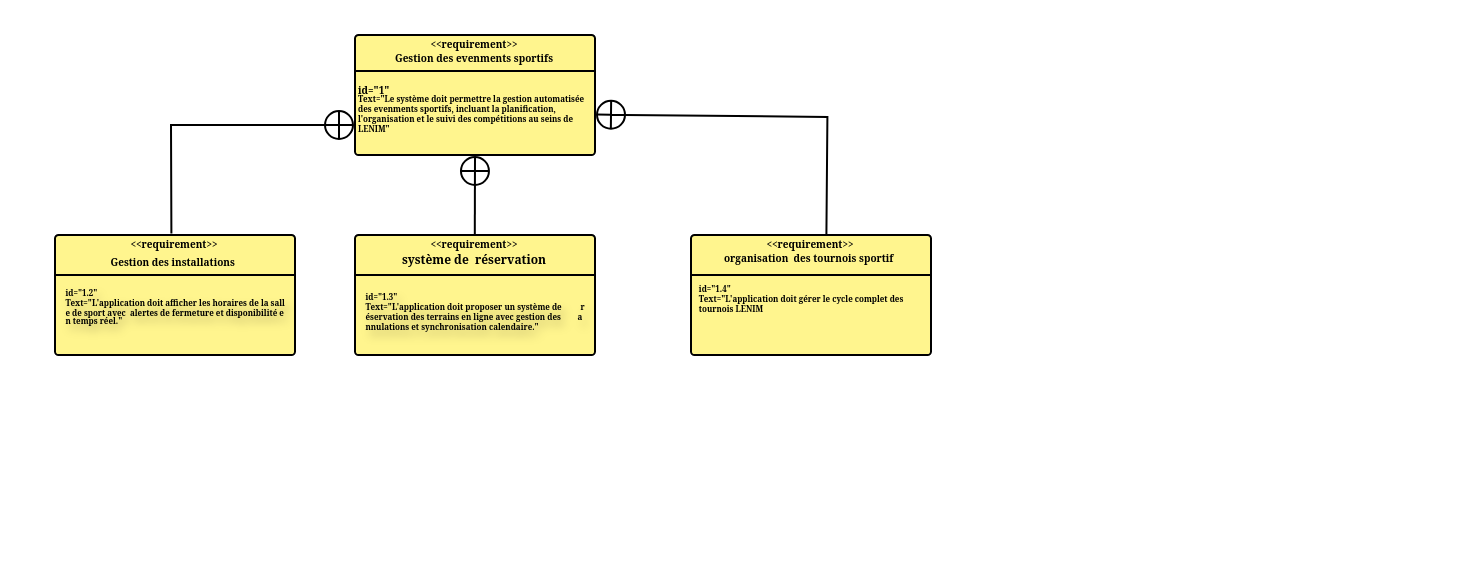
This is Untitled Diagram.drawio from oualidazemray/ENIIMSPORTS-v2, a draw.io file, before an edit. Source tidied: cells renumbered, new cells numbered last; positions are measured from the earlier drawing's top-left corner, leaving out a move shared by most shapes. Both pictures are drawn from the tidied source at 200%, with x=0, y=0 at pixel (34, 34).
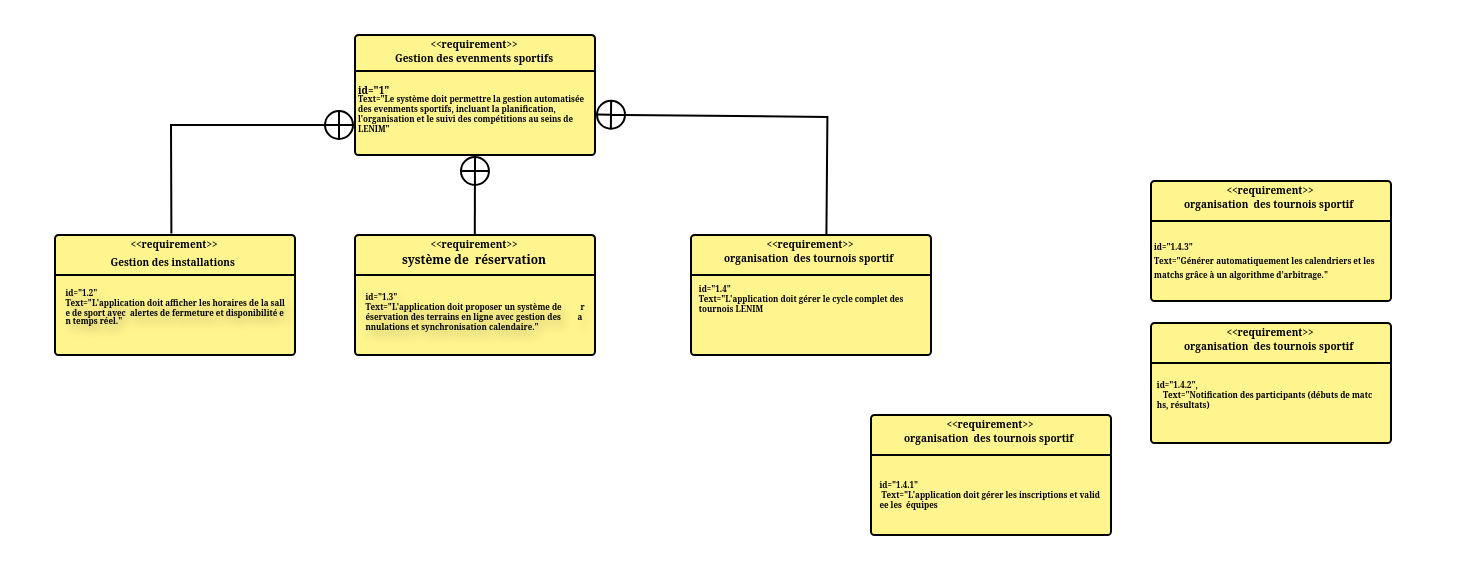
Above is the later version.

What changed in the source:
```diff
@@
+    <mxCell id="28" style="endArrow=none;html=1;rounded=0;exitX=0;exitY=0.25;exitDx=0;exitDy=0;entryX=1;entryY=0.25;entryDx=0;entryDy=0;" parent="1" edge="1">
+      <mxGeometry relative="1" as="geometry">
+        <mxPoint x="418" y="208" as="sourcePoint" />
+        <mxPoint x="538" y="208" as="targetPoint" />
+      </mxGeometry>
+    </mxCell>
+    <mxCell id="29" style="rounded=1;whiteSpace=wrap;html=1;arcSize=3;strokeColor=default;fillColor=#FFF58E;" parent="1" vertex="1">
+      <mxGeometry x="418" y="190" width="120" height="60" as="geometry" />
+    </mxCell>
+    <mxCell id="30" value="&lt;span data-lucid-content=&quot;{&amp;quot;t&amp;quot;:&amp;quot;&lt;&lt;requirement&gt;&gt;&amp;quot;,&amp;quot;m&amp;quot;:[{&amp;quot;s&amp;quot;:0,&amp;quot;n&amp;quot;:&amp;quot;b&amp;quot;,&amp;quot;v&amp;quot;:true,&amp;quot;e&amp;quot;:15},{&amp;quot;s&amp;quot;:0,&amp;quot;n&amp;quot;:&amp;quot;f&amp;quot;,&amp;quot;v&amp;quot;:&amp;quot;Gentium Basic&amp;quot;,&amp;quot;e&amp;quot;:15},{&amp;quot;s&amp;quot;:0,&amp;quot;n&amp;quot;:&amp;quot;fc&amp;quot;,&amp;quot;v&amp;quot;:&amp;quot;Bold&amp;quot;,&amp;quot;e&amp;quot;:15},{&amp;quot;s&amp;quot;:0,&amp;quot;n&amp;quot;:&amp;quot;fid&amp;quot;,&amp;quot;v&amp;quot;:653,&amp;quot;e&amp;quot;:15},{&amp;quot;s&amp;quot;:0,&amp;quot;n&amp;quot;:&amp;quot;fsp&amp;quot;,&amp;quot;v&amp;quot;:&amp;quot;ss_presetShapeStyle1_textStyle&amp;quot;,&amp;quot;e&amp;quot;:15},{&amp;quot;s&amp;quot;:0,&amp;quot;n&amp;quot;:&amp;quot;s&amp;quot;,&amp;quot;v&amp;quot;:8.88888888888889,&amp;quot;e&amp;quot;:15}]}&quot; data-lucid-type=&quot;application/vnd.lucid.text&quot;&gt;&lt;span style=&quot;font-weight: bold;&quot;&gt;&amp;lt;&amp;lt;requirement&amp;gt;&amp;gt;&lt;/span&gt;&lt;/span&gt;" style="text;whiteSpace=wrap;html=1;fontFamily=Georgia;verticalAlign=middle;align=center;fontSize=5;" parent="1" vertex="1">
+      <mxGeometry x="448" y="193" width="60" as="geometry" />
+    </mxCell>
+    <mxCell id="31" value="&lt;b&gt;organisation&amp;nbsp; des tournois sportif&amp;nbsp;&lt;/b&gt;" style="text;whiteSpace=wrap;html=1;fontFamily=Georgia;verticalAlign=middle;align=center;fontSize=5;" parent="1" vertex="1">
+      <mxGeometry x="418" y="200" width="120" as="geometry" />
+    </mxCell>
+    <mxCell id="32" style="endArrow=none;html=1;rounded=0;exitX=0;exitY=0.25;exitDx=0;exitDy=0;entryX=1;entryY=0.25;entryDx=0;entryDy=0;" parent="1" edge="1">
+      <mxGeometry relative="1" as="geometry">
+        <mxPoint x="418" y="210" as="sourcePoint" />
+        <mxPoint x="538" y="210" as="targetPoint" />
+      </mxGeometry>
+    </mxCell>
+    <mxCell id="33" value="&lt;div style=&quot;overflow: auto; padding: 9.144px 13.716px; text-wrap-mode: wrap; word-break: break-all; text-align: start; margin-top: 0px !important; margin-bottom: 0px !important;&quot;&gt;id=&quot;1.4.1&quot;&amp;nbsp; &amp;nbsp; &amp;nbsp; &amp;nbsp; &amp;nbsp; &amp;nbsp; &amp;nbsp; &amp;nbsp; &amp;nbsp; &amp;nbsp; &amp;nbsp; &amp;nbsp; &amp;nbsp; &amp;nbsp; &amp;nbsp; &amp;nbsp; &amp;nbsp; &amp;nbsp; &amp;nbsp; &amp;nbsp; &amp;nbsp; &amp;nbsp; &amp;nbsp; &amp;nbsp; &amp;nbsp; &amp;nbsp; &amp;nbsp; &amp;nbsp; &amp;nbsp; &amp;nbsp; &amp;nbsp; &amp;nbsp; &amp;nbsp; &amp;nbsp; &amp;nbsp; &amp;nbsp; &amp;nbsp; &amp;nbsp; &amp;nbsp; &amp;nbsp; &amp;nbsp; &amp;nbsp; &amp;nbsp; &amp;nbsp;T&lt;span style=&quot;background-color: transparent; color: light-dark(rgb(0, 0, 0), rgb(255, 255, 255));&quot;&gt;ext=&quot;&lt;/span&gt;L'application doit gérer l&lt;span style=&quot;background-color: transparent; color: light-dark(rgb(0, 0, 0), rgb(255, 255, 255));&quot;&gt;es inscriptions et validee les&amp;nbsp; équipes&lt;/span&gt;&lt;/div&gt;" style="text;whiteSpace=wrap;html=1;fontFamily=Georgia;verticalAlign=middle;align=center;fontSize=4;fontColor=default;fontStyle=1;" parent="1" vertex="1">
+      <mxGeometry x="408" y="230" width="140" as="geometry" />
+    </mxCell>
+    <mxCell id="34" style="endArrow=none;html=1;rounded=0;exitX=0;exitY=0.25;exitDx=0;exitDy=0;entryX=1;entryY=0.25;entryDx=0;entryDy=0;" parent="1" edge="1">
+      <mxGeometry relative="1" as="geometry">
+        <mxPoint x="558" y="162" as="sourcePoint" />
+        <mxPoint x="678" y="162" as="targetPoint" />
+      </mxGeometry>
+    </mxCell>
+    <mxCell id="35" style="rounded=1;whiteSpace=wrap;html=1;arcSize=3;strokeColor=default;fillColor=#FFF58E;" parent="1" vertex="1">
+      <mxGeometry x="558" y="144" width="120" height="60" as="geometry" />
+    </mxCell>
+    <mxCell id="36" value="&lt;span data-lucid-content=&quot;{&amp;quot;t&amp;quot;:&amp;quot;&lt;&lt;requirement&gt;&gt;&amp;quot;,&amp;quot;m&amp;quot;:[{&amp;quot;s&amp;quot;:0,&amp;quot;n&amp;quot;:&amp;quot;b&amp;quot;,&amp;quot;v&amp;quot;:true,&amp;quot;e&amp;quot;:15},{&amp;quot;s&amp;quot;:0,&amp;quot;n&amp;quot;:&amp;quot;f&amp;quot;,&amp;quot;v&amp;quot;:&amp;quot;Gentium Basic&amp;quot;,&amp;quot;e&amp;quot;:15},{&amp;quot;s&amp;quot;:0,&amp;quot;n&amp;quot;:&amp;quot;fc&amp;quot;,&amp;quot;v&amp;quot;:&amp;quot;Bold&amp;quot;,&amp;quot;e&amp;quot;:15},{&amp;quot;s&amp;quot;:0,&amp;quot;n&amp;quot;:&amp;quot;fid&amp;quot;,&amp;quot;v&amp;quot;:653,&amp;quot;e&amp;quot;:15},{&amp;quot;s&amp;quot;:0,&amp;quot;n&amp;quot;:&amp;quot;fsp&amp;quot;,&amp;quot;v&amp;quot;:&amp;quot;ss_presetShapeStyle1_textStyle&amp;quot;,&amp;quot;e&amp;quot;:15},{&amp;quot;s&amp;quot;:0,&amp;quot;n&amp;quot;:&amp;quot;s&amp;quot;,&amp;quot;v&amp;quot;:8.88888888888889,&amp;quot;e&amp;quot;:15}]}&quot; data-lucid-type=&quot;application/vnd.lucid.text&quot;&gt;&lt;span style=&quot;font-weight: bold;&quot;&gt;&amp;lt;&amp;lt;requirement&amp;gt;&amp;gt;&lt;/span&gt;&lt;/span&gt;" style="text;whiteSpace=wrap;html=1;fontFamily=Georgia;verticalAlign=middle;align=center;fontSize=5;" parent="1" vertex="1">
+      <mxGeometry x="588" y="147" width="60" as="geometry" />
+    </mxCell>
+    <mxCell id="37" value="&lt;b&gt;organisation&amp;nbsp; des tournois sportif&amp;nbsp;&lt;/b&gt;" style="text;whiteSpace=wrap;html=1;fontFamily=Georgia;verticalAlign=middle;align=center;fontSize=5;" parent="1" vertex="1">
+      <mxGeometry x="558" y="154" width="120" as="geometry" />
+    </mxCell>
+    <mxCell id="38" style="endArrow=none;html=1;rounded=0;exitX=0;exitY=0.25;exitDx=0;exitDy=0;entryX=1;entryY=0.25;entryDx=0;entryDy=0;" parent="1" edge="1">
+      <mxGeometry relative="1" as="geometry">
+        <mxPoint x="558" y="164" as="sourcePoint" />
+        <mxPoint x="678" y="164" as="targetPoint" />
+      </mxGeometry>
+    </mxCell>
+    <mxCell id="39" value="&lt;div style=&quot;overflow: auto; padding: 9.144px 13.716px; text-wrap-mode: wrap; word-break: break-all; text-align: start; margin-top: 0px !important; margin-bottom: 0px !important;&quot;&gt;&lt;div style=&quot;overflow: auto; padding: 9.144px 13.716px; text-wrap-mode: wrap; word-break: break-all; margin-top: 0px !important; margin-bottom: 0px !important;&quot;&gt;id=&quot;1.4.2&quot;,&amp;nbsp; &amp;nbsp; &amp;nbsp; &amp;nbsp; &amp;nbsp; &amp;nbsp; &amp;nbsp; &amp;nbsp; &amp;nbsp; &amp;nbsp; &amp;nbsp; &amp;nbsp; &amp;nbsp; &amp;nbsp; &amp;nbsp; &amp;nbsp; &amp;nbsp; &amp;nbsp; &amp;nbsp; &amp;nbsp; &amp;nbsp; &amp;nbsp; &amp;nbsp; &amp;nbsp; &amp;nbsp; &amp;nbsp; &amp;nbsp; &amp;nbsp; &amp;nbsp; &amp;nbsp; &amp;nbsp; &amp;nbsp; &amp;nbsp; &amp;nbsp; &amp;nbsp; &amp;nbsp; &amp;nbsp; &amp;nbsp; &amp;nbsp; &amp;nbsp; &amp;nbsp; &amp;nbsp; &amp;nbsp; &amp;nbsp;Text=&quot;Notification des participants (débuts de matchs, résultats)&lt;/div&gt;&lt;/div&gt;" style="text;whiteSpace=wrap;html=1;fontFamily=Georgia;verticalAlign=middle;align=center;fontSize=4;fontColor=default;fontStyle=1;" parent="1" vertex="1">
+      <mxGeometry x="533" y="180" width="165" as="geometry" />
+    </mxCell>
+    <mxCell id="40" style="endArrow=none;html=1;rounded=0;exitX=0;exitY=0.25;exitDx=0;exitDy=0;entryX=1;entryY=0.25;entryDx=0;entryDy=0;" parent="1" edge="1">
+      <mxGeometry relative="1" as="geometry">
+        <mxPoint x="558" y="91" as="sourcePoint" />
+        <mxPoint x="678" y="91" as="targetPoint" />
+      </mxGeometry>
+    </mxCell>
+    <mxCell id="41" style="rounded=1;whiteSpace=wrap;html=1;arcSize=3;strokeColor=default;fillColor=#FFF58E;" parent="1" vertex="1">
+      <mxGeometry x="558" y="73" width="120" height="60" as="geometry" />
+    </mxCell>
+    <mxCell id="42" value="&lt;span data-lucid-content=&quot;{&amp;quot;t&amp;quot;:&amp;quot;&lt;&lt;requirement&gt;&gt;&amp;quot;,&amp;quot;m&amp;quot;:[{&amp;quot;s&amp;quot;:0,&amp;quot;n&amp;quot;:&amp;quot;b&amp;quot;,&amp;quot;v&amp;quot;:true,&amp;quot;e&amp;quot;:15},{&amp;quot;s&amp;quot;:0,&amp;quot;n&amp;quot;:&amp;quot;f&amp;quot;,&amp;quot;v&amp;quot;:&amp;quot;Gentium Basic&amp;quot;,&amp;quot;e&amp;quot;:15},{&amp;quot;s&amp;quot;:0,&amp;quot;n&amp;quot;:&amp;quot;fc&amp;quot;,&amp;quot;v&amp;quot;:&amp;quot;Bold&amp;quot;,&amp;quot;e&amp;quot;:15},{&amp;quot;s&amp;quot;:0,&amp;quot;n&amp;quot;:&amp;quot;fid&amp;quot;,&amp;quot;v&amp;quot;:653,&amp;quot;e&amp;quot;:15},{&amp;quot;s&amp;quot;:0,&amp;quot;n&amp;quot;:&amp;quot;fsp&amp;quot;,&amp;quot;v&amp;quot;:&amp;quot;ss_presetShapeStyle1_textStyle&amp;quot;,&amp;quot;e&amp;quot;:15},{&amp;quot;s&amp;quot;:0,&amp;quot;n&amp;quot;:&amp;quot;s&amp;quot;,&amp;quot;v&amp;quot;:8.88888888888889,&amp;quot;e&amp;quot;:15}]}&quot; data-lucid-type=&quot;application/vnd.lucid.text&quot;&gt;&lt;span style=&quot;font-weight: bold;&quot;&gt;&amp;lt;&amp;lt;requirement&amp;gt;&amp;gt;&lt;/span&gt;&lt;/span&gt;" style="text;whiteSpace=wrap;html=1;fontFamily=Georgia;verticalAlign=middle;align=center;fontSize=5;" parent="1" vertex="1">
+      <mxGeometry x="588" y="76" width="60" as="geometry" />
+    </mxCell>
+    <mxCell id="43" value="&lt;b&gt;organisation&amp;nbsp; des tournois sportif&amp;nbsp;&lt;/b&gt;" style="text;whiteSpace=wrap;html=1;fontFamily=Georgia;verticalAlign=middle;align=center;fontSize=5;" parent="1" vertex="1">
+      <mxGeometry x="558" y="83" width="120" as="geometry" />
+    </mxCell>
+    <mxCell id="44" style="endArrow=none;html=1;rounded=0;exitX=0;exitY=0.25;exitDx=0;exitDy=0;entryX=1;entryY=0.25;entryDx=0;entryDy=0;" parent="1" edge="1">
+      <mxGeometry relative="1" as="geometry">
+        <mxPoint x="558" y="93" as="sourcePoint" />
+        <mxPoint x="678" y="93" as="targetPoint" />
+      </mxGeometry>
+    </mxCell>
+    <mxCell id="45" value="&lt;div&gt;&lt;b&gt;&lt;font style=&quot;font-size: 4px;&quot;&gt;id=&quot;1.4.3&quot;&lt;/font&gt;&lt;/b&gt;&lt;/div&gt;&lt;b&gt;&lt;font style=&quot;font-size: 4px;&quot;&gt;Text=&quot;Générer automatiquement les calendriers et les matchs grâce à un algorithme d’arbitrage.&quot;&lt;/font&gt;&lt;/b&gt;" style="text;whiteSpace=wrap;html=1;fontFamily=Georgia;verticalAlign=middle;align=left;fontSize=5;" parent="1" vertex="1">
+      <mxGeometry x="558" y="112" width="120" as="geometry" />
+    </mxCell>
```
